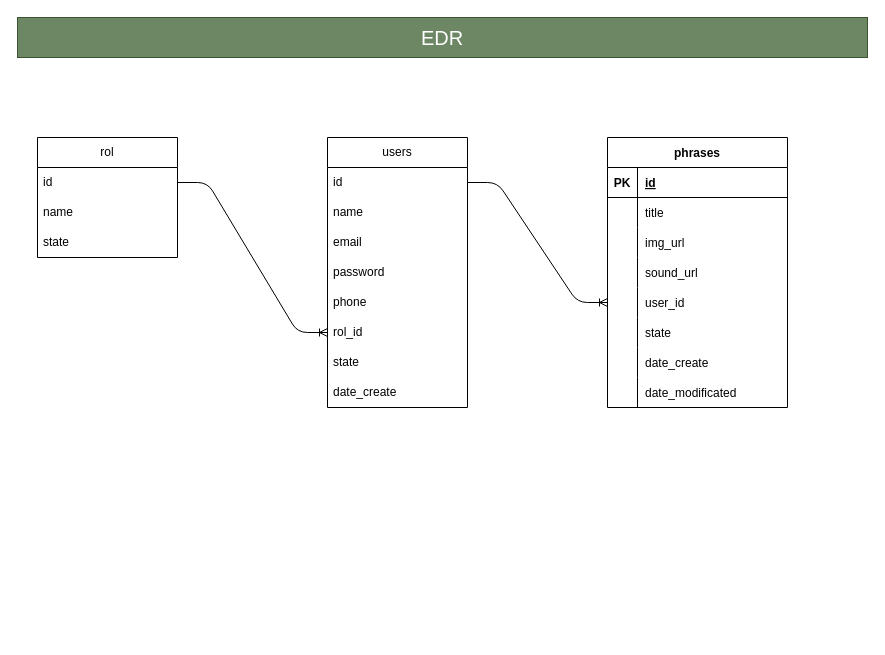
This is backend.drawio from JeanEspinoza10/backendAppLearning, a draw.io file, before an edit. Source tidied: cells renumbered, new cells numbered last; positions are measured from the earlier drawing's top-left corner, leaving out a move shared by most shapes. Both pictures are drawn from the tidied source at 100%, with x=0, y=0 at pixel (17, 17).
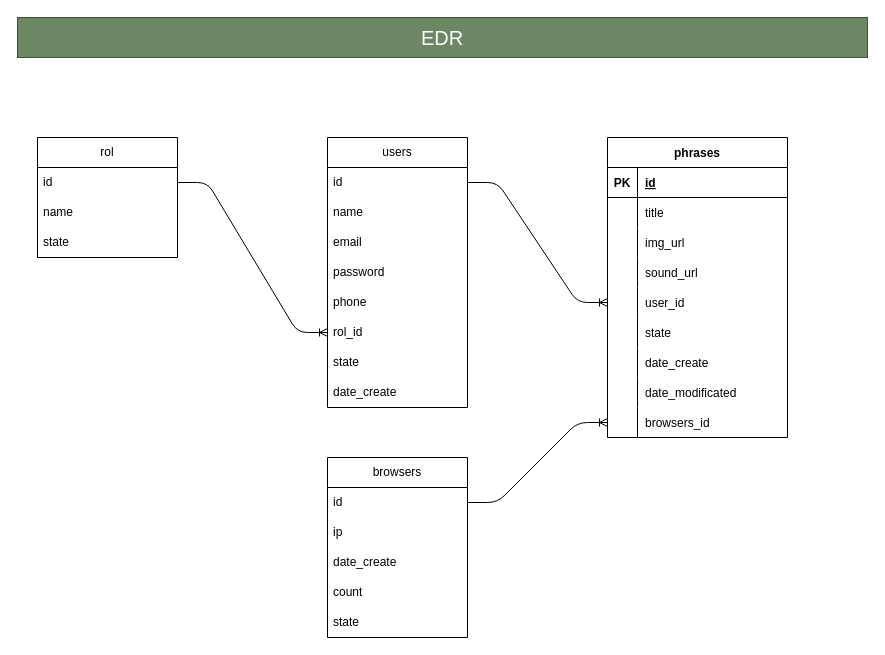
The same page after the edit.

Diff of the diagram source:
```diff
@@
     <mxCell id="16" value="phrases" style="shape=table;startSize=30;childLayout=tableLayout;rowLines=0;fontStyle=1;align=center;" parent="1" vertex="1">
-      <mxGeometry x="590" y="120" width="180" height="270" as="geometry" />
+      <mxGeometry x="590" y="120" width="180" height="300" as="geometry" />
     </mxCell>
@@
+    <mxCell id="43" style="shape=tableRow;horizontal=0;startSize=0;swimlaneHead=0;swimlaneBody=0;fillColor=none;points=[[0,0.5],[1,0.5]];portConstraint=eastwest;top=0;left=0;right=0;bottom=0;" parent="16" vertex="1">
+      <mxGeometry y="270" width="180" height="30" as="geometry" />
+    </mxCell>
+    <mxCell id="44" style="shape=partialRectangle;fillColor=none;top=0;left=0;bottom=0;right=0;overflow=hidden;" parent="43" vertex="1">
+      <mxGeometry width="30" height="30" as="geometry" />
+    </mxCell>
+    <mxCell id="45" value="browsers_id" style="shape=partialRectangle;fillColor=none;top=0;left=0;bottom=0;right=0;align=left;spacingLeft=6;overflow=hidden;" parent="43" vertex="1">
+      <mxGeometry x="30" width="150" height="30" as="geometry" />
+    </mxCell>
@@
+    <mxCell id="46" value="browsers" style="swimlane;fontStyle=0;horizontal=1;startSize=30;whiteSpace=wrap;html=1;" parent="1" vertex="1">
+      <mxGeometry x="310" y="440" width="140" height="180" as="geometry" />
+    </mxCell>
+    <mxCell id="47" value="id" style="text;strokeColor=none;fillColor=none;align=left;verticalAlign=middle;spacingLeft=4;spacingRight=4;overflow=hidden;points=[[0,0.5],[1,0.5]];portConstraint=eastwest;whiteSpace=wrap;html=1;" parent="46" vertex="1">
+      <mxGeometry y="30" width="140" height="30" as="geometry" />
+    </mxCell>
+    <mxCell id="48" value="ip" style="text;strokeColor=none;fillColor=none;align=left;verticalAlign=middle;spacingLeft=4;spacingRight=4;overflow=hidden;whiteSpace=wrap;html=1;" parent="46" vertex="1">
+      <mxGeometry y="60" width="140" height="30" as="geometry" />
+    </mxCell>
+    <mxCell id="49" value="date_create" style="text;strokeColor=none;fillColor=none;align=left;verticalAlign=middle;spacingLeft=4;spacingRight=4;overflow=hidden;whiteSpace=wrap;html=1;" parent="46" vertex="1">
+      <mxGeometry y="90" width="140" height="30" as="geometry" />
+    </mxCell>
+    <mxCell id="50" value="count" style="text;strokeColor=none;fillColor=none;align=left;verticalAlign=middle;spacingLeft=4;spacingRight=4;overflow=hidden;whiteSpace=wrap;html=1;" parent="46" vertex="1">
+      <mxGeometry y="120" width="140" height="30" as="geometry" />
+    </mxCell>
+    <mxCell id="51" value="state" style="text;strokeColor=none;fillColor=none;align=left;verticalAlign=middle;spacingLeft=4;spacingRight=4;overflow=hidden;whiteSpace=wrap;html=1;" parent="46" vertex="1">
+      <mxGeometry y="150" width="140" height="30" as="geometry" />
+    </mxCell>
+    <mxCell id="52" style="edgeStyle=entityRelationEdgeStyle;fontSize=12;html=1;endArrow=ERoneToMany;exitX=1;exitY=0.5;exitDx=0;exitDy=0;" parent="1" edge="1" source="47" target="43">
+      <mxGeometry relative="1" as="geometry" />
+    </mxCell>
```
